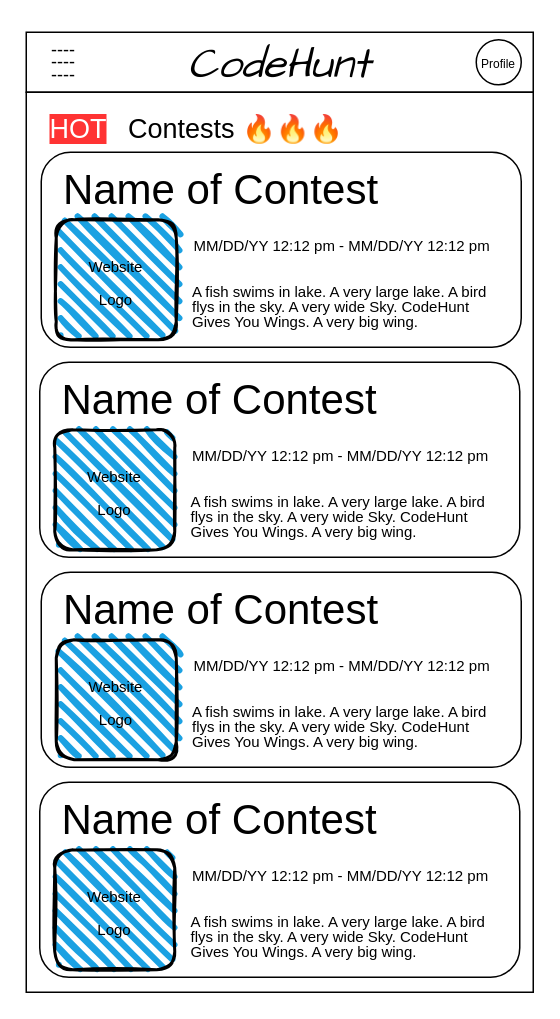
Before: ux-design/wireframe/Wireframe-Home.drawio in software-students-spring2022/final-project-codehunt, a draw.io diagram. Source tidied: cells renumbered, new cells numbered last; positions are measured from the earlier drawing's top-left corner, leaving out a move shared by most shapes. Both pictures are drawn from the tidied source at 150%, with x=0, y=0 at pixel (26, 32).
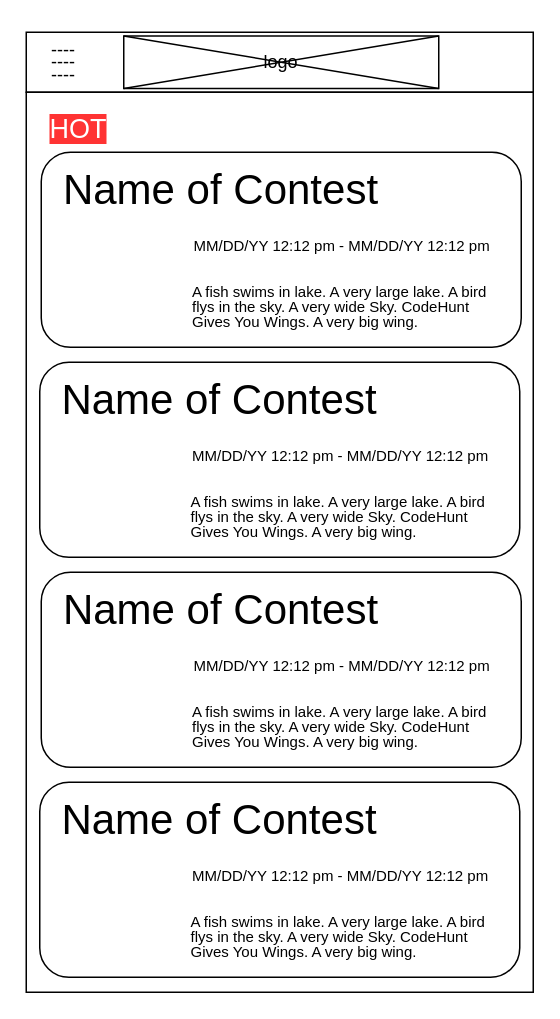
Above is the later version.

Commit message:
wireframe-home update

Diff of the diagram source:
```diff
@@
-    <mxCell id="3" value="&lt;font face=&quot;Comic Sans MS&quot; size=&quot;1&quot;&gt;&lt;i style=&quot;font-size: 28px&quot;&gt;CodeHunt&lt;/i&gt;&lt;/font&gt;" style="text;html=1;strokeColor=none;fillColor=none;align=center;verticalAlign=middle;whiteSpace=wrap;rounded=0;fontSize=30;" parent="1" vertex="1">
-      <mxGeometry x="94" y="5" width="150" height="30" as="geometry" />
-    </mxCell>
@@
-    <mxCell id="5" value="&lt;font style=&quot;font-size: 8px&quot;&gt;Profile&lt;/font&gt;" style="ellipse;whiteSpace=wrap;html=1;" parent="1" vertex="1">
-      <mxGeometry x="300" y="5" width="30" height="30" as="geometry" />
-    </mxCell>
@@
-    <mxCell id="9" value="&lt;font style=&quot;font-size: 10px&quot;&gt;Website&lt;br&gt;Logo&lt;/font&gt;" style="rounded=1;whiteSpace=wrap;html=1;strokeWidth=2;fillWeight=4;hachureGap=8;hachureAngle=45;fillColor=#1ba1e2;sketch=1;fontSize=18;" parent="1" vertex="1">
-      <mxGeometry x="20" y="125" width="80" height="80" as="geometry" />
-    </mxCell>
@@
-    <mxCell id="13" value="&lt;font face=&quot;Helvetica&quot; style=&quot;font-size: 18px&quot;&gt;Contests 🔥🔥🔥&lt;/font&gt;" style="text;html=1;strokeColor=none;fillColor=none;align=center;verticalAlign=middle;whiteSpace=wrap;rounded=0;labelBackgroundColor=none;fontFamily=Comic Sans MS;fontSize=12;fontColor=#000000;" parent="1" vertex="1">
-      <mxGeometry x="50" y="50" width="180" height="30" as="geometry" />
-    </mxCell>
@@
-    <mxCell id="16" value="&lt;font style=&quot;font-size: 10px&quot;&gt;Website&lt;br&gt;Logo&lt;/font&gt;" style="rounded=1;whiteSpace=wrap;html=1;strokeWidth=2;fillWeight=4;hachureGap=8;hachureAngle=45;fillColor=#1ba1e2;sketch=1;fontSize=18;" parent="1" vertex="1">
-      <mxGeometry x="19" y="265" width="80" height="80" as="geometry" />
-    </mxCell>
@@
-    <mxCell id="21" value="&lt;font style=&quot;font-size: 10px&quot;&gt;Website&lt;br&gt;Logo&lt;/font&gt;" style="rounded=1;whiteSpace=wrap;html=1;strokeWidth=2;fillWeight=4;hachureGap=8;hachureAngle=45;fillColor=#1ba1e2;sketch=1;fontSize=18;" parent="1" vertex="1">
-      <mxGeometry x="20" y="405" width="80" height="80" as="geometry" />
-    </mxCell>
@@
-    <mxCell id="26" value="&lt;font style=&quot;font-size: 10px&quot;&gt;Website&lt;br&gt;Logo&lt;/font&gt;" style="rounded=1;whiteSpace=wrap;html=1;strokeWidth=2;fillWeight=4;hachureGap=8;hachureAngle=45;fillColor=#1ba1e2;sketch=1;fontSize=18;" parent="1" vertex="1">
-      <mxGeometry x="19" y="545" width="80" height="80" as="geometry" />
-    </mxCell>
@@
+    <mxCell id="29" value="logo" style="rounded=0;whiteSpace=wrap;html=1;" parent="1" vertex="1">
+      <mxGeometry x="65" y="2.5" width="210" height="35" as="geometry" />
+    </mxCell>
+    <mxCell id="30" style="endArrow=none;html=1;rounded=0;exitX=0;exitY=0;exitDx=0;exitDy=0;entryX=1;entryY=1;entryDx=0;entryDy=0;" parent="1" edge="1" source="29" target="29">
+      <mxGeometry relative="1" as="geometry" />
+    </mxCell>
+    <mxCell id="31" style="endArrow=none;html=1;rounded=0;exitX=0;exitY=1;exitDx=0;exitDy=0;entryX=1;entryY=0;entryDx=0;entryDy=0;" parent="1" edge="1" source="29" target="29">
+      <mxGeometry relative="1" as="geometry" />
+    </mxCell>
```
